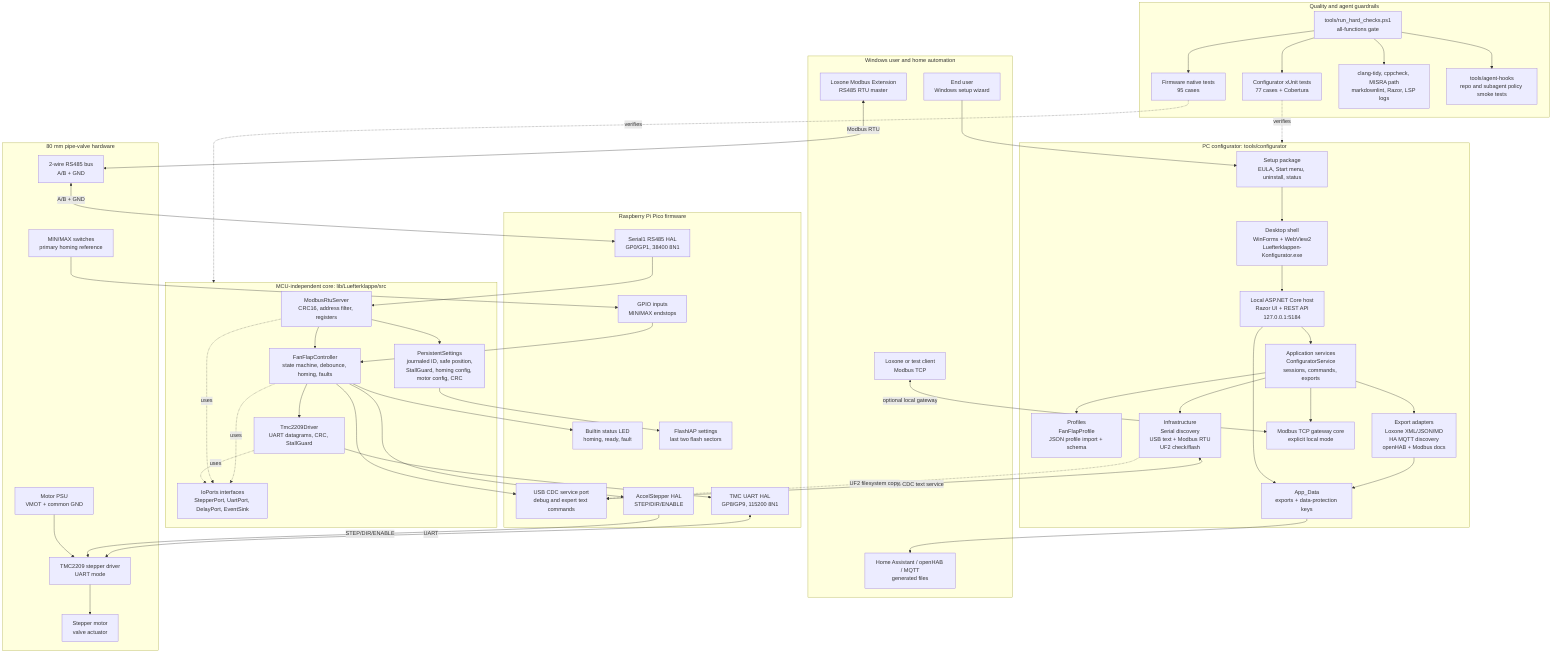
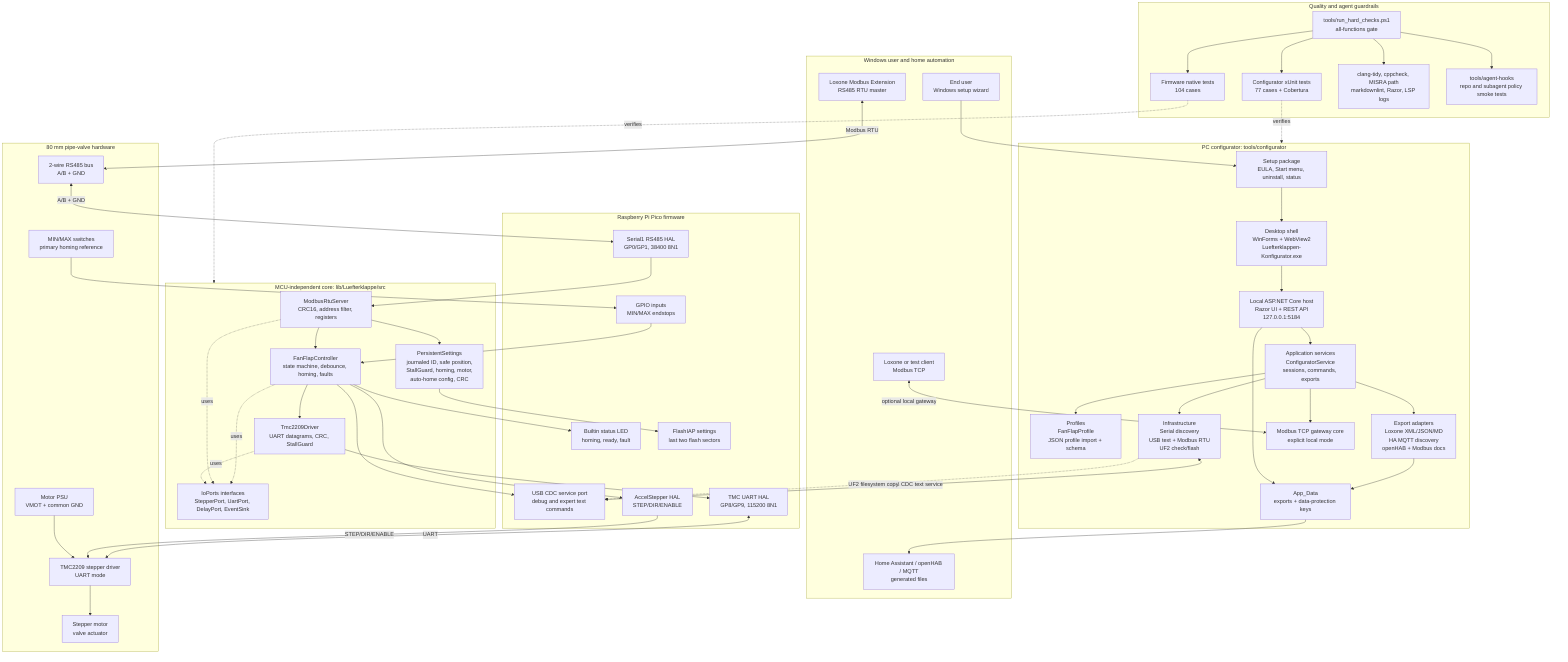
flowchart TB
  subgraph Home["Windows user and home automation"]
    User["End user<br/>Windows setup wizard"]
    LoxoneRtu["Loxone Modbus Extension<br/>RS485 RTU master"]
    LoxoneTcp["Loxone or test client<br/>Modbus TCP"]
    HomeExports["Home Assistant / openHAB / MQTT<br/>generated files"]
  end

  subgraph Configurator["PC configurator: tools/configurator"]
    Installer["Setup package<br/>EULA, Start menu, uninstall, status"]
    Desktop["Desktop shell<br/>WinForms + WebView2<br/>Luefterklappen-Konfigurator.exe"]
    Host["Local ASP.NET Core host<br/>Razor UI + REST API<br/>127.0.0.1:5184"]
    App["Application services<br/>ConfiguratorService<br/>sessions, commands, exports"]
    Profiles["Profiles<br/>FanFlapProfile<br/>JSON profile import + schema"]
    Adapters["Export adapters<br/>Loxone XML/JSON/MD<br/>HA MQTT discovery<br/>openHAB + Modbus docs"]
    Infra["Infrastructure<br/>Serial discovery<br/>USB text + Modbus RTU<br/>UF2 check/flash"]
    TcpGateway["Modbus TCP gateway core<br/>explicit local mode"]
    AppData["App_Data<br/>exports + data-protection keys"]
  end

  subgraph Firmware["Raspberry Pi Pico firmware"]
    Usb["USB CDC service port<br/>debug and expert text commands"]
    Rs485Hal["Serial1 RS485 HAL<br/>GP0/GP1, 38400 8N1"]
    TmcHal["TMC UART HAL<br/>GP8/GP9, 115200 8N1"]
    StepperHal["AccelStepper HAL<br/>STEP/DIR/ENABLE"]
    InputHal["GPIO inputs<br/>MIN/MAX endstops"]
    LedHal["Builtin status LED<br/>homing, ready, fault"]
    FlashHal["FlashIAP settings<br/>last two flash sectors"]
  end

  subgraph Core["MCU-independent core: lib/Luefterklappe/src"]
    Controller["FanFlapController<br/>state machine, debounce, homing, faults"]
    Modbus["ModbusRtuServer<br/>CRC16, address filter, registers"]
    Tmc["Tmc2209Driver<br/>UART datagrams, CRC, StallGuard"]
-     Settings["PersistentSettings<br/>journaled ID, safe position,<br/>StallGuard, homing config, motor config, CRC"]
+     Settings["PersistentSettings<br/>journaled ID, safe position,<br/>StallGuard, homing, motor,<br/>auto-home config, CRC"]
    Ports["IoPorts interfaces<br/>StepperPort, UartPort, DelayPort, EventSink"]
  end

  subgraph Hardware["80 mm pipe-valve hardware"]
    Rs485Bus["2-wire RS485 bus<br/>A/B + GND"]
    Driver["TMC2209 stepper driver<br/>UART mode"]
    Motor["Stepper motor<br/>valve actuator"]
    MinMax["MIN/MAX switches<br/>primary homing reference"]
    Psu["Motor PSU<br/>VMOT + common GND"]
  end

  subgraph Quality["Quality and agent guardrails"]
    HardGate["tools/run_hard_checks.ps1<br/>all-functions gate"]
-     FirmwareTests["Firmware native tests<br/>95 cases"]
+     FirmwareTests["Firmware native tests<br/>104 cases"]
    ConfigTests["Configurator xUnit tests<br/>77 cases + Cobertura"]
    StaticChecks["clang-tidy, cppcheck, MISRA path<br/>markdownlint, Razor, LSP logs"]
    AgentHooks["tools/agent-hooks<br/>repo and subagent policy smoke tests"]
  end

  User --> Installer
  Installer --> Desktop
  Desktop --> Host
  Host --> App
  App --> Profiles
  App --> Adapters
  App --> Infra
  App --> TcpGateway
  Adapters --> AppData
  Host --> AppData
  AppData --> HomeExports
  LoxoneTcp <-->|"optional local gateway"| TcpGateway
  Infra <-->|"USB CDC text service"| Usb
  Infra -. "UF2 filesystem copy" .-> Usb

  LoxoneRtu <-->|"Modbus RTU"| Rs485Bus
  Rs485Bus <-->|"A/B + GND"| Rs485Hal
  Rs485Hal --> Modbus
  Modbus --> Controller
  Modbus --> Settings
  Settings --> FlashHal
  Controller --> StepperHal
  Controller --> Tmc
  Controller --> LedHal
  Tmc --> TmcHal
  TmcHal <-->|"UART"| Driver
  StepperHal -->|"STEP/DIR/ENABLE"| Driver
  Driver --> Motor
  Psu --> Driver
  MinMax --> InputHal
  InputHal --> Controller
  Controller --> Usb
  Controller -. uses .-> Ports
  Modbus -. uses .-> Ports
  Tmc -. uses .-> Ports

  HardGate --> FirmwareTests
  HardGate --> ConfigTests
  HardGate --> StaticChecks
  HardGate --> AgentHooks
  FirmwareTests -. verifies .-> Core
  ConfigTests -. verifies .-> Configurator
